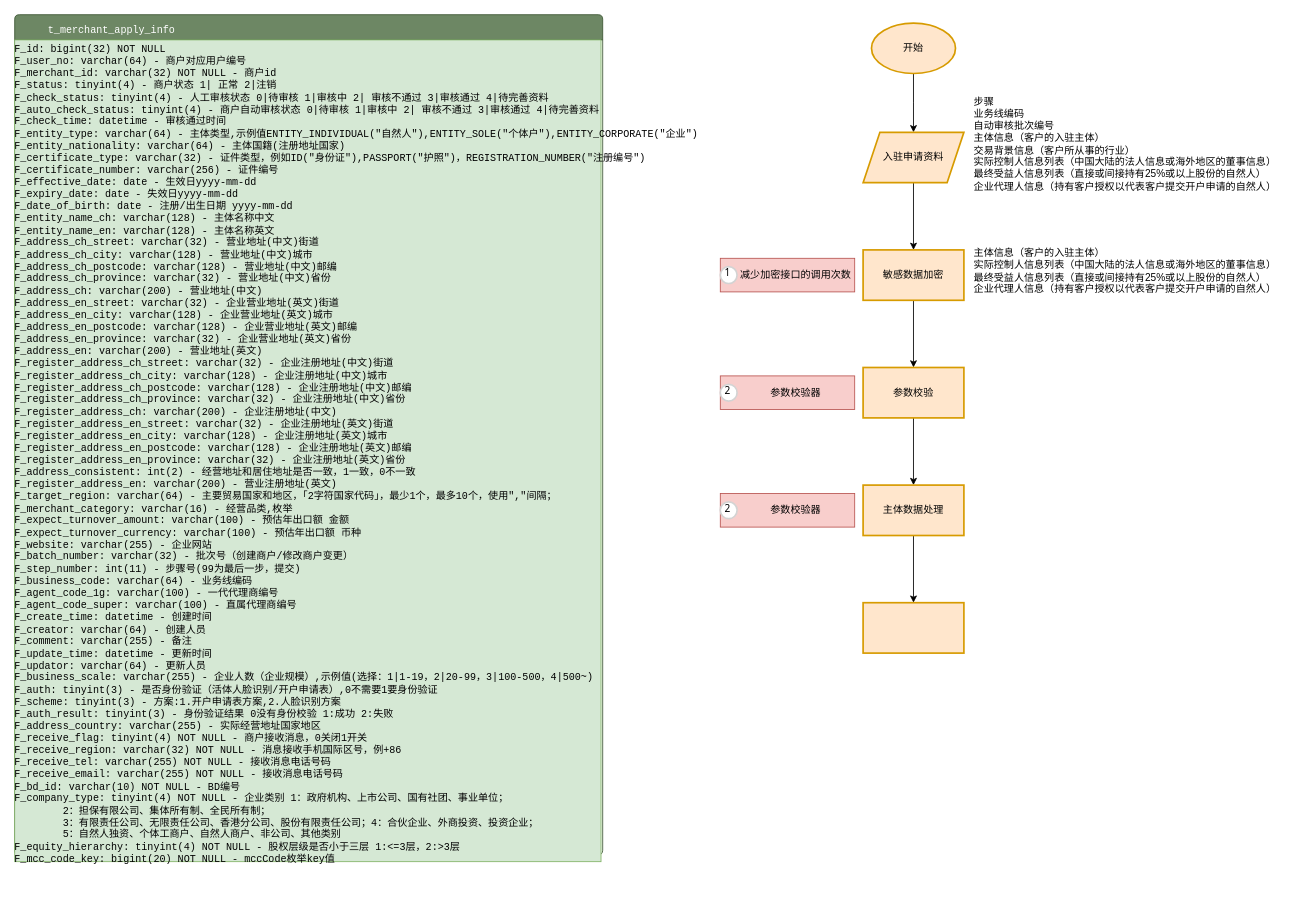
Earlier version of the draw.io diagram 商户入驻.drawio (SteveGlory/steveglory.github.io). Source tidied: cells renumbered, new cells numbered last; positions are measured from the earlier drawing's top-left corner, leaving out a move shared by most shapes. Both pictures are drawn from the tidied source at 84%, with x=0, y=0 at pixel (14, 14).
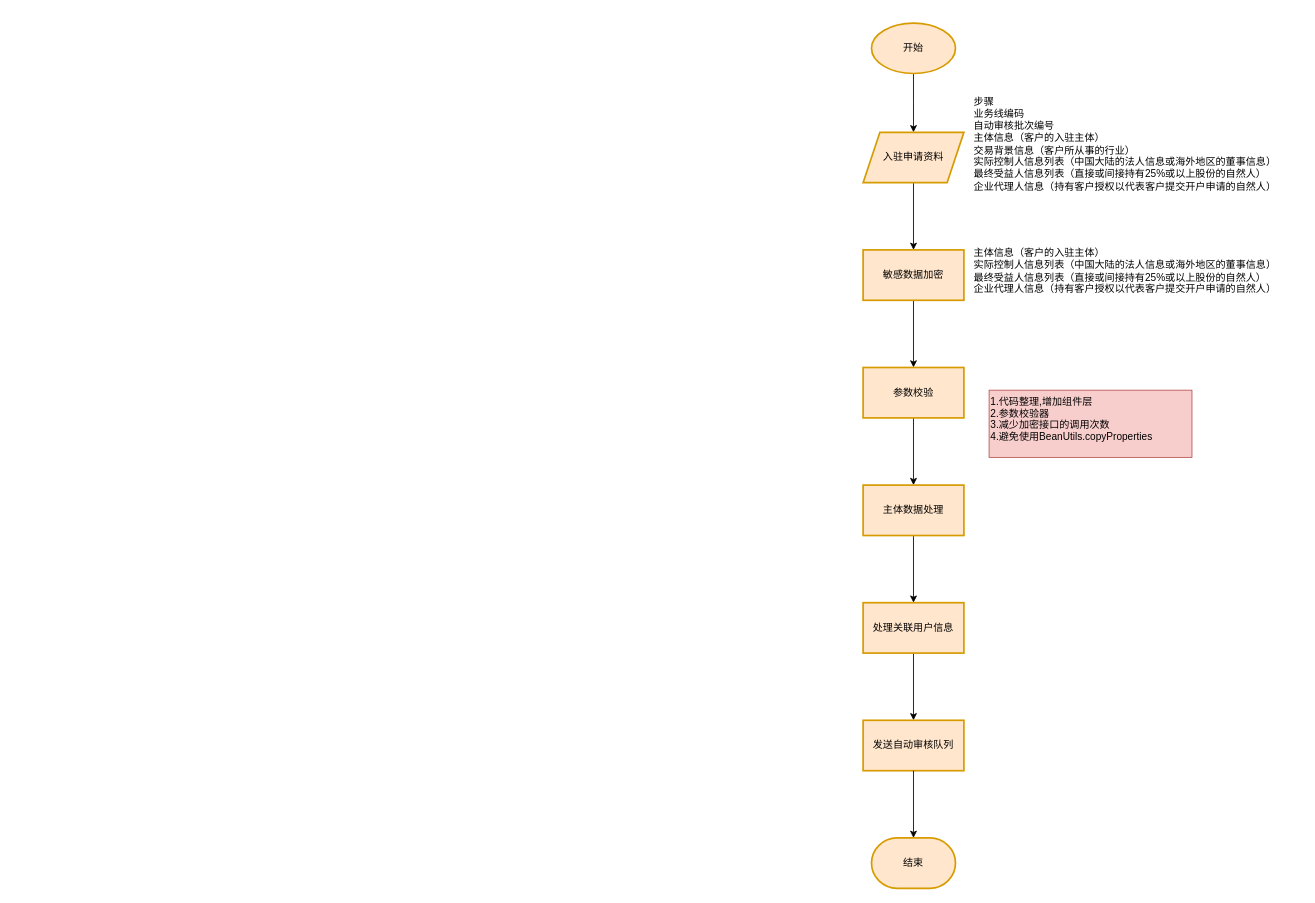
The same diagram, later.

Commit message:
更新商户入驻.drawio

What changed in the source:
```diff
@@
-    <mxCell id="2" style="graphMlID=entity0;gradientDirection=east;shape=swimlane;startSize=30;rounded=1;arcSize=6;fillColor=#6d8764;strokeColor=#3A5431;strokeWidth=1.0;swimlaneFillColor=#FFFFFF;fontColor=#ffffff;" parent="1" vertex="1">
-      <mxGeometry width="700" height="1000" as="geometry" />
-    </mxCell>
-    <mxCell id="3" value="t_merchant_apply_info" style="text;html=1;spacing=0;align=center;fontFamily=courier;fontSize=12;fontStyle=0;=center;fontColor=#ffffff;" parent="2" vertex="1">
-      <mxGeometry y="6.7" width="230" height="25" as="geometry" />
-    </mxCell>
@@
-    <mxCell id="10" value="F_id: bigint(32) NOT NULL&lt;br&gt;F_user_no: varchar(64) - 商户对应用户编号&lt;br&gt;F_merchant_id: varchar(32) NOT NULL - 商户id&lt;br&gt;F_status: tinyint(4) - 商户状态 1| 正常 2|注销&lt;br&gt;F_check_status: tinyint(4) - 人工审核状态 0|待审核 1|审核中 2| 审核不通过 3|审核通过 4|待完善资料&lt;br&gt;F_auto_check_status: tinyint(4) - 商户自动审核状态 0|待审核 1|审核中 2| 审核不通过 3|审核通过 4|待完善资料&lt;br&gt;F_check_time: datetime - 审核通过时间&lt;br&gt;F_entity_type: varchar(64) - 主体类型,示例值ENTITY_INDIVIDUAL(&quot;自然人&quot;),ENTITY_SOLE(&quot;个体户&quot;),ENTITY_CORPORATE(&quot;企业&quot;)&lt;br&gt;F_entity_nationality: varchar(64) - 主体国籍(注册地址国家)&lt;br&gt;F_certificate_type: varchar(32) - 证件类型，例如ID(&quot;身份证&quot;),PASSPORT(&quot;护照&quot;)，REGISTRATION_NUMBER(&quot;注册编号&quot;)&lt;br&gt;F_certificate_number: varchar(256) - 证件编号&lt;br&gt;F_effective_date: date - 生效日yyyy-mm-dd&lt;br&gt;F_expiry_date: date - 失效日yyyy-mm-dd&lt;br&gt;F_date_of_birth: date - 注册/出生日期 yyyy-mm-dd&lt;br&gt;F_entity_name_ch: varchar(128) - 主体名称中文&lt;br&gt;F_entity_name_en: varchar(128) - 主体名称英文&lt;br&gt;F_address_ch_street: varchar(32) - 营业地址(中文)街道&lt;br&gt;F_address_ch_city: varchar(128) - 营业地址(中文)城市&lt;br&gt;F_address_ch_postcode: varchar(128) - 营业地址(中文)邮编&lt;br&gt;F_address_ch_province: varchar(32) - 营业地址(中文)省份&lt;br&gt;F_address_ch: varchar(200) - 营业地址(中文)&lt;br&gt;F_address_en_street: varchar(32) - 企业营业地址(英文)街道&lt;br&gt;F_address_en_city: varchar(128) - 企业营业地址(英文)城市&lt;br&gt;F_address_en_postcode: varchar(128) - 企业营业地址(英文)邮编&lt;br&gt;F_address_en_province: varchar(32) - 企业营业地址(英文)省份&lt;br&gt;F_address_en: varchar(200) - 营业地址(英文)&lt;br&gt;F_register_address_ch_street: varchar(32) - 企业注册地址(中文)街道&lt;br&gt;F_register_address_ch_city: varchar(128) - 企业注册地址(中文)城市&lt;br&gt;F_register_address_ch_postcode: varchar(128) - 企业注册地址(中文)邮编&lt;br&gt;F_register_address_ch_province: varchar(32) - 企业注册地址(中文)省份&lt;br&gt;F_register_address_ch: varchar(200) - 企业注册地址(中文)&lt;br&gt;F_register_address_en_street: varchar(32) - 企业注册地址(英文)街道&lt;br&gt;F_register_address_en_city: varchar(128) - 企业注册地址(英文)城市&lt;br&gt;F_register_address_en_postcode: varchar(128) - 企业注册地址(英文)邮编&lt;br&gt;F_register_address_en_province: varchar(32) - 企业注册地址(英文)省份&lt;br&gt;F_address_consistent: int(2) - 经营地址和居住地址是否一致，1一致，0不一致&lt;br&gt;F_register_address_en: varchar(200) - 营业注册地址(英文)&lt;br&gt;F_target_region: varchar(64) - 主要贸易国家和地区，「2字符国家代码」，最少1个，最多10个，使用&quot;,&quot;间隔；&lt;br&gt;F_merchant_category: varchar(16) - 经营品类,枚举&lt;br&gt;F_expect_turnover_amount: varchar(100) - 预估年出口额 金额&lt;br&gt;F_expect_turnover_currency: varchar(100) - 预估年出口额 币种&lt;br&gt;F_website: varchar(255) - 企业网站&lt;br&gt;F_batch_number: varchar(32) - 批次号（创建商户/修改商户变更）&lt;br&gt;F_step_number: int(11) - 步骤号(99为最后一步，提交)&lt;br&gt;F_business_code: varchar(64) - 业务线编码&lt;br&gt;F_agent_code_1g: varchar(100) - 一代代理商编号&lt;br&gt;F_agent_code_super: varchar(100) - 直属代理商编号&lt;br&gt;F_create_time: datetime - 创建时间&lt;br&gt;F_creator: varchar(64) - 创建人员&lt;br&gt;F_comment: varchar(255) - 备注&lt;br&gt;F_update_time: datetime - 更新时间&lt;br&gt;F_updator: varchar(64) - 更新人员&lt;br&gt;F_business_scale: varchar(255) - 企业人数（企业规模）,示例值(选择：1|1-19，2|20-99，3|100-500，4|500~)&lt;br&gt;F_auth: tinyint(3) - 是否身份验证（活体人脸识别/开户申请表）,0不需要1要身份验证&lt;br&gt;F_scheme: tinyint(3) - 方案:1.开户申请表方案,2.人脸识别方案&lt;br&gt;F_auth_result: tinyint(3) - 身份验证结果  0没有身份校验 1:成功 2:失败&lt;br&gt;F_address_country: varchar(255) - 实际经营地址国家地区&lt;br&gt;F_receive_flag: tinyint(4) NOT NULL - 商户接收消息，0关闭1开关&lt;br&gt;F_receive_region: varchar(32) NOT NULL - 消息接收手机国际区号，例+86&lt;br&gt;F_receive_tel: varchar(255) NOT NULL - 接收消息电话号码&lt;br&gt;F_receive_email: varchar(255) NOT NULL - 接收消息电话号码&lt;br&gt;F_bd_id: varchar(10) NOT NULL - BD编号&lt;br&gt;F_company_type: tinyint(4) NOT NULL - 企业类别 1：政府机构、上市公司、国有社团、事业单位；&lt;div&gt;&lt;span style=&quot;white-space: pre;&quot;&gt;&#9;&lt;/span&gt;2：担保有限公司、集体所有制、全民所有制；&lt;div&gt;&lt;span style=&quot;white-space: pre;&quot;&gt;&#9;&lt;/span&gt;3：有限责任公司、无限责任公司、香港分公司、股份有限责任公司；4：合伙企业、外商投资、投资企业；&lt;/div&gt;&lt;div&gt;&lt;span style=&quot;white-space: pre;&quot;&gt;&#9;&lt;/span&gt;5：自然人独资、个体工商户、自然人商户、非公司、其他类别&lt;br&gt;F_equity_hierarchy: tinyint(4) NOT NULL - 股权层级是否小于三层 1:&amp;lt;=3层，2:&amp;gt;3层&lt;br&gt;F_mcc_code_key: bigint(20) NOT NULL - mccCode枚举key值&#9;&#9;&#9;&#9;&#9;&#9;&lt;/div&gt;&lt;/div&gt;" style="text;html=1;spacing=0;align=left;fontFamily=courier;fontSize=12;fontStyle=0;=center;fillColor=#d5e8d4;strokeColor=#82b366;" parent="1" vertex="1">
-      <mxGeometry y="30" width="698" height="978.3" as="geometry" />
-    </mxCell>
-    <mxCell id="11" style="group;fillColor=#f8cecc;strokeColor=#b85450;" parent="1" vertex="1">
-      <mxGeometry x="840" y="290" width="160" height="40" as="geometry" />
-    </mxCell>
-    <mxCell id="12" value="1" style="ellipse;whiteSpace=wrap;html=1;strokeWidth=2;fontFamily=Tahoma;spacingBottom=4;spacingRight=2;strokeColor=#d3d3d3;" parent="11" vertex="1">
-      <mxGeometry y="10" width="20" height="20" as="geometry" />
-    </mxCell>
-    <mxCell id="13" value="减少加密接口的调用次数" style="text;html=1;align=center;verticalAlign=middle;whiteSpace=wrap;rounded=0;" parent="11" vertex="1">
-      <mxGeometry x="20" width="140" height="40" as="geometry" />
-    </mxCell>
@@
-    <mxCell id="16" style="group;fillColor=#f8cecc;strokeColor=#b85450;" parent="1" vertex="1">
-      <mxGeometry x="840" y="430" width="160" height="40" as="geometry" />
-    </mxCell>
-    <mxCell id="17" value="2" style="ellipse;whiteSpace=wrap;html=1;strokeWidth=2;fontFamily=Tahoma;spacingBottom=4;spacingRight=2;strokeColor=#d3d3d3;" parent="16" vertex="1">
-      <mxGeometry y="10" width="20" height="20" as="geometry" />
-    </mxCell>
-    <mxCell id="18" value="参数校验器" style="text;html=1;align=center;verticalAlign=middle;whiteSpace=wrap;rounded=0;" parent="16" vertex="1">
-      <mxGeometry x="20" width="140" height="40" as="geometry" />
-    </mxCell>
@@
-    <mxCell id="21" style="group;fillColor=#f8cecc;strokeColor=#b85450;" parent="1" vertex="1">
-      <mxGeometry x="840" y="570" width="160" height="40" as="geometry" />
-    </mxCell>
-    <mxCell id="22" value="2" style="ellipse;whiteSpace=wrap;html=1;strokeWidth=2;fontFamily=Tahoma;spacingBottom=4;spacingRight=2;strokeColor=#d3d3d3;" parent="21" vertex="1">
-      <mxGeometry y="10" width="20" height="20" as="geometry" />
-    </mxCell>
-    <mxCell id="23" value="参数校验器" style="text;html=1;align=center;verticalAlign=middle;whiteSpace=wrap;rounded=0;" parent="21" vertex="1">
-      <mxGeometry x="20" width="140" height="40" as="geometry" />
-    </mxCell>
+    <mxCell id="27" style="edgeStyle=orthogonalEdgeStyle;rounded=0;jettySize=auto;html=1;" parent="1" edge="1" source="24" target="28">
+      <mxGeometry relative="1" as="geometry" />
+    </mxCell>
-    <mxCell id="24" style="whiteSpace=wrap;html=1;fillColor=#ffe6cc;strokeColor=#d79b00;strokeWidth=2;" parent="1" vertex="1">
+    <mxCell id="24" value="处理关联用户信息" style="whiteSpace=wrap;html=1;fillColor=#ffe6cc;strokeColor=#d79b00;strokeWidth=2;" parent="1" vertex="1">
       <mxGeometry x="1010" y="700" width="120" height="60" as="geometry" />
     </mxCell>
@@
+    <mxCell id="28" value="发送自动审核队列" style="whiteSpace=wrap;html=1;fillColor=#ffe6cc;strokeColor=#d79b00;strokeWidth=2;" parent="1" vertex="1">
+      <mxGeometry x="1010" y="840" width="120" height="60" as="geometry" />
+    </mxCell>
+    <mxCell id="29" value="结束" style="strokeWidth=2;html=1;shape=mxgraph.flowchart.terminator;whiteSpace=wrap;strokeColor=#D79B00;fillColor=#FFE6CC;" parent="1" vertex="1">
+      <mxGeometry x="1020" y="980" width="100" height="60" as="geometry" />
+    </mxCell>
+    <mxCell id="30" style="edgeStyle=orthogonalEdgeStyle;rounded=0;jettySize=auto;html=1;entryX=0.5;entryY=0;entryDx=0;entryDy=0;entryPerimeter=0;" parent="1" edge="1" source="28" target="29">
+      <mxGeometry relative="1" as="geometry" />
+    </mxCell>
+    <mxCell id="21" value="1.代码整理,增加组件层&#10;2.参数校验器&#10;3.减少加密接口的调用次数&#10;4.避免使用BeanUtils.copyProperties" style="group;fillColor=#f8cecc;strokeColor=#b85450;align=left;" parent="1" vertex="1">
+      <mxGeometry x="1160" y="447" width="241.5" height="80" as="geometry" />
+    </mxCell>
```
